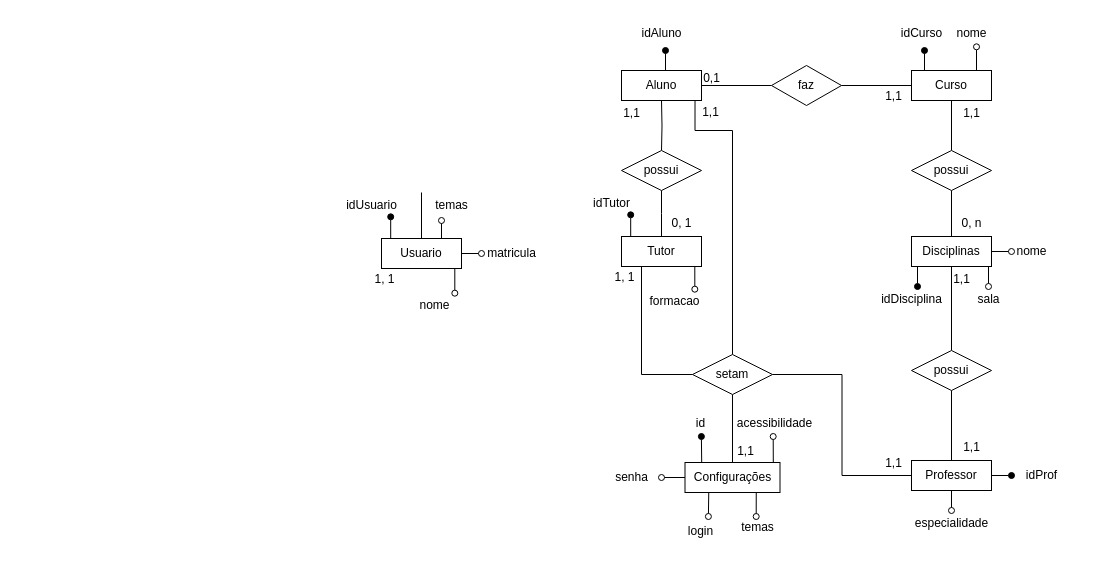
Before: BD_IFCoders.drawio in arianamesquita/IFCoders, a draw.io diagram. Source tidied: cells renumbered, new cells numbered last; positions are measured from the earlier drawing's top-left corner, leaving out a move shared by most shapes. Both pictures are drawn from the tidied source at 100%, with x=0, y=0 at pixel (331, 20).
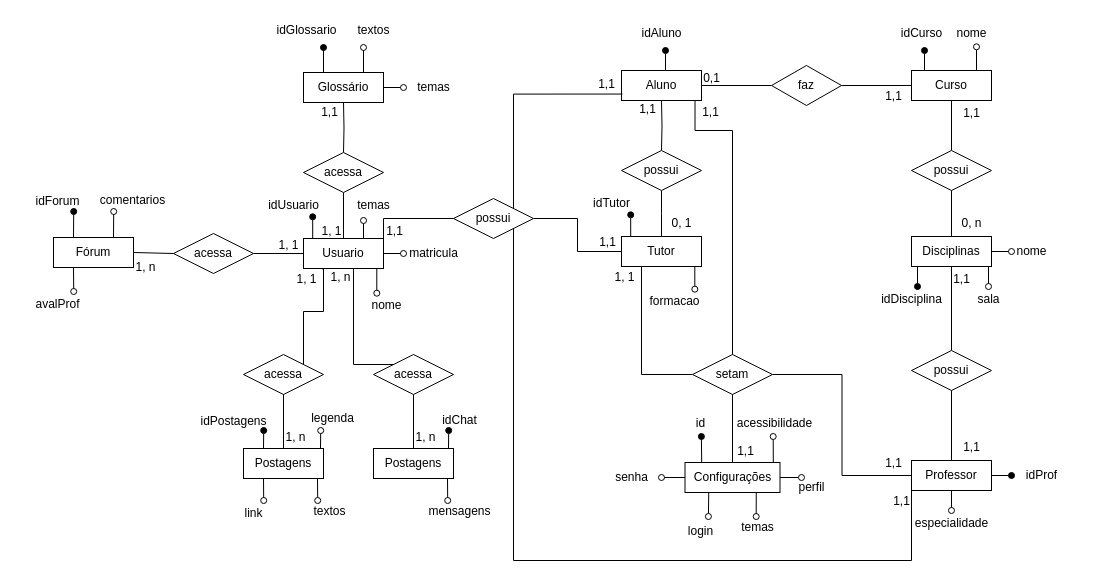
The same page after the edit.

The change refers to these unchanged cells:
```xml
<mxCell id="21" value="Professor" style="html=1;whiteSpace=wrap;" parent="1" vertex="1">
  <mxGeometry x="580" y="440" width="80" height="30" as="geometry" />
</mxCell>
<mxCell id="37" value="Tutor" style="html=1;whiteSpace=wrap;" parent="1" vertex="1">
  <mxGeometry x="290" y="216" width="80" height="30" as="geometry" />
</mxCell>
<mxCell id="52" value="Configurações" style="html=1;whiteSpace=wrap;" parent="1" vertex="1">
  <mxGeometry x="353.5" y="442" width="95" height="30" as="geometry" />
</mxCell>
```

Change to the diagram source:
```diff
@@
+    <mxCell id="78" style="edgeStyle=orthogonalEdgeStyle;rounded=0;jettySize=auto;html=1;exitX=0;exitY=1;exitDx=0;exitDy=0;entryX=1;entryY=1;entryDx=0;entryDy=0;endArrow=none;endFill=0;" parent="1" edge="1" source="21" target="130">
+      <mxGeometry relative="1" as="geometry">
+        <Array as="points">
+          <mxPoint x="580" y="540" />
+          <mxPoint x="182" y="540" />
+        </Array>
+      </mxGeometry>
+    </mxCell>
@@
     <mxCell id="43" value="1,1" style="text;align=center;fontStyle=0;verticalAlign=middle;spacingLeft=3;spacingRight=3;strokeColor=none;points=[[0,0.5],[1,0.5]];portConstraint=eastwest;html=1;" parent="1" vertex="1">
-      <mxGeometry x="260" y="80" width="80" height="26" as="geometry" />
+      <mxGeometry x="276" y="76" width="80" height="26" as="geometry" />
     </mxCell>
@@
+    <mxCell id="79" style="edgeStyle=orthogonalEdgeStyle;rounded=0;jettySize=auto;html=1;exitX=1;exitY=0.5;exitDx=0;exitDy=0;endArrow=oval;endFill=0;" parent="1" edge="1" source="52">
+      <mxGeometry relative="1" as="geometry">
+        <mxPoint x="470" y="457" as="targetPoint" />
+      </mxGeometry>
+    </mxCell>
@@
-    <mxCell id="67" style="edgeStyle=orthogonalEdgeStyle;rounded=0;jettySize=auto;html=1;exitX=0.75;exitY=1;exitDx=0;exitDy=0;entryX=0.754;entryY=0.026;entryDx=0;entryDy=0;entryPerimeter=0;endArrow=oval;endFill=0;" parent="1" edge="1" source="71" target="73">
-      <mxGeometry relative="1" as="geometry" />
+    <mxCell id="67" style="edgeStyle=orthogonalEdgeStyle;rounded=0;jettySize=auto;html=1;exitX=0.75;exitY=1;exitDx=0;exitDy=0;entryX=0.754;entryY=0.026;entryDx=0;entryDy=0;entryPerimeter=0;endArrow=oval;endFill=0;" parent="1" edge="1" source="71">
+      <mxGeometry relative="1" as="geometry">
+        <mxPoint x="45.3" y="272.7" as="targetPoint" />
+      </mxGeometry>
     </mxCell>
@@
     <mxCell id="69" style="edgeStyle=orthogonalEdgeStyle;rounded=0;jettySize=auto;html=1;endArrow=oval;endFill=0;" parent="1" edge="1" source="71">
       <mxGeometry relative="1" as="geometry">
-        <mxPoint x="150" y="233" as="targetPoint" />
+        <mxPoint x="72" y="233" as="targetPoint" />
       </mxGeometry>
     </mxCell>
     <mxCell id="70" style="edgeStyle=orthogonalEdgeStyle;rounded=0;jettySize=auto;html=1;exitX=0.75;exitY=0;exitDx=0;exitDy=0;endArrow=oval;endFill=0;" parent="1" edge="1" source="71">
       <mxGeometry relative="1" as="geometry">
-        <mxPoint x="110" y="200" as="targetPoint" />
+        <mxPoint x="32" y="200" as="targetPoint" />
       </mxGeometry>
     </mxCell>
     <mxCell id="71" value="Usuario" style="html=1;whiteSpace=wrap;" parent="1" vertex="1">
-      <mxGeometry x="50" y="218" width="80" height="30" as="geometry" />
+      <mxGeometry x="-28" y="218" width="80" height="30" as="geometry" />
     </mxCell>
     <mxCell id="72" style="edgeStyle=orthogonalEdgeStyle;rounded=0;orthogonalLoop=1;jettySize=auto;html=1;exitX=0.5;exitY=1;exitDx=0;exitDy=0;entryX=0.5;entryY=0;entryDx=0;entryDy=0;endArrow=none;endFill=0;" parent="1" edge="1">
       <mxGeometry relative="1" as="geometry">
-        <mxPoint x="90" y="172" as="sourcePoint" />
-        <mxPoint x="90" y="218" as="targetPoint" />
+        <mxPoint x="12" y="172" as="sourcePoint" />
+        <mxPoint x="12" y="218" as="targetPoint" />
       </mxGeometry>
     </mxCell>
-    <mxCell id="73" value="nome" style="text;align=center;fontStyle=0;verticalAlign=middle;spacingLeft=3;spacingRight=3;strokeColor=none;points=[[0,0.5],[1,0.5]];portConstraint=eastwest;html=1;" parent="1" vertex="1">
-      <mxGeometry x="63" y="272" width="80" height="26" as="geometry" />
-    </mxCell>
     <mxCell id="74" value="idUsuario" style="text;align=center;fontStyle=0;verticalAlign=middle;spacingLeft=3;spacingRight=3;strokeColor=none;points=[[0,0.5],[1,0.5]];portConstraint=eastwest;html=1;" parent="1" vertex="1">
-      <mxGeometry y="172" width="80" height="26" as="geometry" />
+      <mxGeometry x="-78" y="172" width="80" height="26" as="geometry" />
     </mxCell>
     <mxCell id="75" value="1, 1" style="text;align=center;fontStyle=0;verticalAlign=middle;spacingLeft=3;spacingRight=3;strokeColor=none;points=[[0,0.5],[1,0.5]];portConstraint=eastwest;html=1;" parent="1" vertex="1">
-      <mxGeometry x="13" y="246" width="80" height="26" as="geometry" />
+      <mxGeometry x="-65" y="246" width="80" height="26" as="geometry" />
     </mxCell>
     <mxCell id="76" value="matricula" style="text;align=center;fontStyle=0;verticalAlign=middle;spacingLeft=3;spacingRight=3;strokeColor=none;html=1;" parent="1" vertex="1">
-      <mxGeometry x="140" y="220" width="80" height="26" as="geometry" />
+      <mxGeometry x="62" y="220" width="80" height="26" as="geometry" />
     </mxCell>
     <mxCell id="77" value="temas" style="text;align=center;fontStyle=0;verticalAlign=middle;spacingLeft=3;spacingRight=3;strokeColor=none;html=1;" parent="1" vertex="1">
-      <mxGeometry x="80" y="172" width="80" height="26" as="geometry" />
+      <mxGeometry x="2" y="172" width="80" height="26" as="geometry" />
     </mxCell>
+    <mxCell id="80" style="edgeStyle=orthogonalEdgeStyle;rounded=0;jettySize=auto;html=1;exitX=0.25;exitY=0;exitDx=0;exitDy=0;endArrow=oval;endFill=1;" parent="1" edge="1" source="83">
+      <mxGeometry relative="1" as="geometry">
+        <mxPoint x="-8" y="27" as="targetPoint" />
+      </mxGeometry>
+    </mxCell>
+    <mxCell id="81" style="edgeStyle=orthogonalEdgeStyle;rounded=0;jettySize=auto;html=1;exitX=0.75;exitY=0;exitDx=0;exitDy=0;endArrow=oval;endFill=0;" parent="1" edge="1" source="83">
+      <mxGeometry relative="1" as="geometry">
+        <mxPoint x="32" y="27" as="targetPoint" />
+      </mxGeometry>
+    </mxCell>
+    <mxCell id="82" style="edgeStyle=orthogonalEdgeStyle;rounded=0;jettySize=auto;html=1;exitX=1;exitY=0.5;exitDx=0;exitDy=0;endArrow=oval;endFill=0;" parent="1" edge="1" source="83">
+      <mxGeometry relative="1" as="geometry">
+        <mxPoint x="72" y="67.1" as="targetPoint" />
+      </mxGeometry>
+    </mxCell>
+    <mxCell id="83" value="Glossário" style="html=1;whiteSpace=wrap;" parent="1" vertex="1">
+      <mxGeometry x="-28" y="52" width="80" height="30" as="geometry" />
+    </mxCell>
+    <mxCell id="84" value="idGlossario" style="text;align=center;fontStyle=0;verticalAlign=middle;spacingLeft=3;spacingRight=3;strokeColor=none;html=1;" parent="1" vertex="1">
+      <mxGeometry x="-65" y="-3" width="80" height="26" as="geometry" />
+    </mxCell>
+    <mxCell id="85" value="textos" style="text;align=center;fontStyle=0;verticalAlign=middle;spacingLeft=3;spacingRight=3;strokeColor=none;html=1;" parent="1" vertex="1">
+      <mxGeometry x="2" y="-3" width="80" height="26" as="geometry" />
+    </mxCell>
+    <mxCell id="86" value="temas" style="text;align=center;fontStyle=0;verticalAlign=middle;spacingLeft=3;spacingRight=3;strokeColor=none;html=1;" parent="1" vertex="1">
+      <mxGeometry x="62" y="54" width="80" height="26" as="geometry" />
+    </mxCell>
+    <mxCell id="87" style="edgeStyle=orthogonalEdgeStyle;rounded=0;jettySize=auto;html=1;entryX=0.5;entryY=0;entryDx=0;entryDy=0;endArrow=none;endFill=0;" parent="1" edge="1" target="88">
+      <mxGeometry relative="1" as="geometry">
+        <mxPoint x="12" y="82" as="sourcePoint" />
+      </mxGeometry>
+    </mxCell>
+    <mxCell id="88" value="acessa" style="shape=rhombus;perimeter=rhombusPerimeter;whiteSpace=wrap;html=1;align=center;" parent="1" vertex="1">
+      <mxGeometry x="-28" y="132" width="80" height="40" as="geometry" />
+    </mxCell>
+    <mxCell id="89" value="1,1" style="text;align=center;fontStyle=0;verticalAlign=middle;spacingLeft=3;spacingRight=3;strokeColor=none;html=1;" parent="1" vertex="1">
+      <mxGeometry x="-42" y="79" width="80" height="26" as="geometry" />
+    </mxCell>
+    <mxCell id="90" value="1, 1" style="text;align=center;fontStyle=0;verticalAlign=middle;spacingLeft=3;spacingRight=3;strokeColor=none;html=1;" parent="1" vertex="1">
+      <mxGeometry x="-40" y="198" width="80" height="26" as="geometry" />
+    </mxCell>
+    <mxCell id="91" style="edgeStyle=orthogonalEdgeStyle;rounded=0;jettySize=auto;html=1;exitX=0.25;exitY=0;exitDx=0;exitDy=0;endArrow=oval;endFill=1;" parent="1" edge="1" source="94">
+      <mxGeometry relative="1" as="geometry">
+        <mxPoint x="-257.8" y="191" as="targetPoint" />
+      </mxGeometry>
+    </mxCell>
+    <mxCell id="92" style="edgeStyle=orthogonalEdgeStyle;rounded=0;jettySize=auto;html=1;exitX=0.75;exitY=0;exitDx=0;exitDy=0;endArrow=oval;endFill=0;" parent="1" edge="1" source="94">
+      <mxGeometry relative="1" as="geometry">
+        <mxPoint x="-217.8" y="191" as="targetPoint" />
+      </mxGeometry>
+    </mxCell>
+    <mxCell id="93" style="edgeStyle=orthogonalEdgeStyle;rounded=0;jettySize=auto;html=1;exitX=0.25;exitY=1;exitDx=0;exitDy=0;endArrow=oval;endFill=0;" parent="1" edge="1" source="94">
+      <mxGeometry relative="1" as="geometry">
+        <mxPoint x="-257.8" y="271" as="targetPoint" />
+      </mxGeometry>
+    </mxCell>
+    <mxCell id="94" value="Fórum" style="html=1;whiteSpace=wrap;" parent="1" vertex="1">
+      <mxGeometry x="-278" y="217" width="80" height="30" as="geometry" />
+    </mxCell>
+    <mxCell id="95" value="idForum" style="text;align=center;fontStyle=0;verticalAlign=middle;spacingLeft=3;spacingRight=3;strokeColor=none;html=1;" parent="1" vertex="1">
+      <mxGeometry x="-314" y="168" width="80" height="26" as="geometry" />
+    </mxCell>
+    <mxCell id="96" value="comentarios" style="text;align=center;fontStyle=0;verticalAlign=middle;spacingLeft=3;spacingRight=3;strokeColor=none;html=1;" parent="1" vertex="1">
+      <mxGeometry x="-239" y="167" width="80" height="26" as="geometry" />
+    </mxCell>
+    <mxCell id="97" value="avalProf" style="text;align=center;fontStyle=0;verticalAlign=middle;spacingLeft=3;spacingRight=3;strokeColor=none;html=1;" parent="1" vertex="1">
+      <mxGeometry x="-314" y="271" width="80" height="26" as="geometry" />
+    </mxCell>
+    <mxCell id="98" style="edgeStyle=orthogonalEdgeStyle;rounded=0;jettySize=auto;html=1;entryX=0;entryY=0.5;entryDx=0;entryDy=0;endArrow=none;endFill=0;" parent="1" edge="1" source="100" target="71">
+      <mxGeometry relative="1" as="geometry" />
+    </mxCell>
+    <mxCell id="99" style="edgeStyle=orthogonalEdgeStyle;rounded=0;jettySize=auto;html=1;exitX=0;exitY=0.5;exitDx=0;exitDy=0;entryX=1;entryY=0.5;entryDx=0;entryDy=0;endArrow=none;endFill=0;" parent="1" edge="1" target="94">
+      <mxGeometry relative="1" as="geometry">
+        <mxPoint x="-158" y="233" as="sourcePoint" />
+        <Array as="points">
+          <mxPoint x="-198" y="233" />
+        </Array>
+      </mxGeometry>
+    </mxCell>
+    <mxCell id="100" value="acessa" style="shape=rhombus;perimeter=rhombusPerimeter;whiteSpace=wrap;html=1;align=center;" parent="1" vertex="1">
+      <mxGeometry x="-158" y="213" width="80" height="40" as="geometry" />
+    </mxCell>
+    <mxCell id="101" style="edgeStyle=orthogonalEdgeStyle;rounded=0;jettySize=auto;html=1;exitX=1;exitY=0;exitDx=0;exitDy=0;entryX=0.698;entryY=0.094;entryDx=0;entryDy=0;endArrow=none;endFill=0;entryPerimeter=0;" parent="1" edge="1" source="102" target="75">
+      <mxGeometry relative="1" as="geometry">
+        <Array as="points">
+          <mxPoint x="-28" y="291" />
+          <mxPoint x="-8" y="291" />
+          <mxPoint x="-8" y="248" />
+        </Array>
+      </mxGeometry>
+    </mxCell>
+    <mxCell id="102" value="acessa" style="shape=rhombus;perimeter=rhombusPerimeter;whiteSpace=wrap;html=1;align=center;" parent="1" vertex="1">
+      <mxGeometry x="-88" y="334" width="80" height="40" as="geometry" />
+    </mxCell>
+    <mxCell id="103" style="edgeStyle=orthogonalEdgeStyle;rounded=0;jettySize=auto;html=1;exitX=0.25;exitY=0;exitDx=0;exitDy=0;endArrow=oval;endFill=1;" parent="1" edge="1" source="107">
+      <mxGeometry relative="1" as="geometry">
+        <mxPoint x="-67.8" y="410" as="targetPoint" />
+      </mxGeometry>
+    </mxCell>
+    <mxCell id="104" style="edgeStyle=orthogonalEdgeStyle;rounded=0;jettySize=auto;html=1;exitX=0.25;exitY=1;exitDx=0;exitDy=0;endArrow=oval;endFill=0;" parent="1" edge="1" source="107">
+      <mxGeometry relative="1" as="geometry">
+        <mxPoint x="-67.8" y="480" as="targetPoint" />
+      </mxGeometry>
+    </mxCell>
+    <mxCell id="105" style="edgeStyle=orthogonalEdgeStyle;rounded=0;orthogonalLoop=1;jettySize=auto;html=1;exitX=0.75;exitY=0;exitDx=0;exitDy=0;endArrow=oval;endFill=0;" parent="1" edge="1">
+      <mxGeometry relative="1" as="geometry">
+        <mxPoint x="-11" y="428" as="sourcePoint" />
+        <mxPoint x="-10.8" y="410" as="targetPoint" />
+      </mxGeometry>
+    </mxCell>
+    <mxCell id="106" style="edgeStyle=orthogonalEdgeStyle;rounded=0;jettySize=auto;html=1;exitX=0.5;exitY=0;exitDx=0;exitDy=0;entryX=0.5;entryY=1;entryDx=0;entryDy=0;endArrow=none;endFill=0;" parent="1" edge="1" source="107" target="102">
+      <mxGeometry relative="1" as="geometry" />
+    </mxCell>
+    <mxCell id="107" value="Postagens" style="html=1;whiteSpace=wrap;" parent="1" vertex="1">
+      <mxGeometry x="-88" y="428" width="80" height="30" as="geometry" />
+    </mxCell>
+    <mxCell id="108" value="idPostagens" style="text;align=center;fontStyle=0;verticalAlign=middle;spacingLeft=3;spacingRight=3;strokeColor=none;html=1;" parent="1" vertex="1">
+      <mxGeometry x="-138" y="388" width="80" height="26" as="geometry" />
+    </mxCell>
+    <mxCell id="109" value="link" style="text;align=center;fontStyle=0;verticalAlign=middle;spacingLeft=3;spacingRight=3;strokeColor=none;html=1;" parent="1" vertex="1">
+      <mxGeometry x="-118" y="480" width="80" height="26" as="geometry" />
+    </mxCell>
+    <mxCell id="110" style="edgeStyle=orthogonalEdgeStyle;rounded=0;orthogonalLoop=1;jettySize=auto;html=1;exitX=0.25;exitY=1;exitDx=0;exitDy=0;endArrow=oval;endFill=0;" parent="1" edge="1">
+      <mxGeometry relative="1" as="geometry">
+        <mxPoint x="-14" y="458" as="sourcePoint" />
+        <mxPoint x="-13.8" y="480" as="targetPoint" />
+      </mxGeometry>
+    </mxCell>
+    <mxCell id="111" value="textos" style="text;align=center;fontStyle=0;verticalAlign=middle;spacingLeft=3;spacingRight=3;strokeColor=none;html=1;" parent="1" vertex="1">
+      <mxGeometry x="-42" y="478" width="80" height="26" as="geometry" />
+    </mxCell>
+    <mxCell id="112" value="legenda" style="text;align=center;fontStyle=0;verticalAlign=middle;spacingLeft=3;spacingRight=3;strokeColor=none;html=1;" parent="1" vertex="1">
+      <mxGeometry x="-39" y="385" width="80" height="26" as="geometry" />
+    </mxCell>
+    <mxCell id="73" value="nome" style="text;align=center;fontStyle=0;verticalAlign=middle;spacingLeft=3;spacingRight=3;strokeColor=none;points=[[0,0.5],[1,0.5]];portConstraint=eastwest;html=1;" parent="1" vertex="1">
+      <mxGeometry x="15" y="272" width="80" height="26" as="geometry" />
+    </mxCell>
+    <mxCell id="113" value="1, n" style="text;align=center;fontStyle=0;verticalAlign=middle;spacingLeft=3;spacingRight=3;strokeColor=none;html=1;" parent="1" vertex="1">
+      <mxGeometry x="-226" y="234" width="80" height="26" as="geometry" />
+    </mxCell>
+    <mxCell id="114" value="1, 1" style="text;align=center;fontStyle=0;verticalAlign=middle;spacingLeft=3;spacingRight=3;strokeColor=none;html=1;" parent="1" vertex="1">
+      <mxGeometry x="-83" y="212" width="80" height="26" as="geometry" />
+    </mxCell>
+    <mxCell id="115" value="1, n" style="text;align=center;fontStyle=0;verticalAlign=middle;spacingLeft=3;spacingRight=3;strokeColor=none;html=1;" parent="1" vertex="1">
+      <mxGeometry x="-76" y="404" width="80" height="26" as="geometry" />
+    </mxCell>
+    <mxCell id="116" style="edgeStyle=orthogonalEdgeStyle;rounded=0;jettySize=auto;html=1;exitX=0;exitY=0;exitDx=0;exitDy=0;endArrow=none;endFill=0;entryX=0.663;entryY=0.231;entryDx=0;entryDy=0;entryPerimeter=0;" parent="1" edge="1" source="117">
+      <mxGeometry relative="1" as="geometry">
+        <mxPoint x="22" y="248" as="targetPoint" />
+        <Array as="points">
+          <mxPoint x="22" y="344" />
+        </Array>
+      </mxGeometry>
+    </mxCell>
+    <mxCell id="117" value="acessa" style="shape=rhombus;perimeter=rhombusPerimeter;whiteSpace=wrap;html=1;align=center;" parent="1" vertex="1">
+      <mxGeometry x="42" y="334" width="80" height="40" as="geometry" />
+    </mxCell>
+    <mxCell id="118" style="edgeStyle=orthogonalEdgeStyle;rounded=0;orthogonalLoop=1;jettySize=auto;html=1;exitX=0.25;exitY=0;exitDx=0;exitDy=0;endArrow=oval;endFill=1;" parent="1" edge="1">
+      <mxGeometry relative="1" as="geometry">
+        <mxPoint x="117" y="428" as="sourcePoint" />
+        <mxPoint x="117.2" y="410" as="targetPoint" />
+      </mxGeometry>
+    </mxCell>
+    <mxCell id="119" style="edgeStyle=orthogonalEdgeStyle;rounded=0;jettySize=auto;html=1;exitX=0.5;exitY=0;exitDx=0;exitDy=0;entryX=0.5;entryY=1;entryDx=0;entryDy=0;endArrow=none;endFill=0;" parent="1" edge="1" source="120" target="117">
+      <mxGeometry relative="1" as="geometry" />
+    </mxCell>
+    <mxCell id="120" value="Postagens" style="html=1;whiteSpace=wrap;" parent="1" vertex="1">
+      <mxGeometry x="42" y="428" width="80" height="30" as="geometry" />
+    </mxCell>
+    <mxCell id="121" value="idChat" style="text;align=center;fontStyle=0;verticalAlign=middle;spacingLeft=3;spacingRight=3;strokeColor=none;html=1;" parent="1" vertex="1">
+      <mxGeometry x="88" y="387" width="80" height="26" as="geometry" />
+    </mxCell>
+    <mxCell id="122" style="edgeStyle=orthogonalEdgeStyle;rounded=0;orthogonalLoop=1;jettySize=auto;html=1;exitX=0.25;exitY=1;exitDx=0;exitDy=0;endArrow=oval;endFill=0;" parent="1" edge="1">
+      <mxGeometry relative="1" as="geometry">
+        <mxPoint x="116" y="458" as="sourcePoint" />
+        <mxPoint x="116.2" y="480" as="targetPoint" />
+      </mxGeometry>
+    </mxCell>
+    <mxCell id="123" value="mensagens" style="text;align=center;fontStyle=0;verticalAlign=middle;spacingLeft=3;spacingRight=3;strokeColor=none;html=1;" parent="1" vertex="1">
+      <mxGeometry x="88" y="478" width="80" height="26" as="geometry" />
+    </mxCell>
+    <mxCell id="124" value="1, n" style="text;align=center;fontStyle=0;verticalAlign=middle;spacingLeft=3;spacingRight=3;strokeColor=none;html=1;" parent="1" vertex="1">
+      <mxGeometry x="54" y="404" width="80" height="26" as="geometry" />
+    </mxCell>
+    <mxCell id="125" value="1, n" style="text;align=center;fontStyle=0;verticalAlign=middle;spacingLeft=3;spacingRight=3;strokeColor=none;html=1;" parent="1" vertex="1">
+      <mxGeometry x="-31" y="244" width="80" height="26" as="geometry" />
+    </mxCell>
+    <mxCell id="126" value="1,1" style="text;align=center;fontStyle=0;verticalAlign=middle;spacingLeft=3;spacingRight=3;strokeColor=none;html=1;" parent="1" vertex="1">
+      <mxGeometry x="235" y="51" width="80" height="26" as="geometry" />
+    </mxCell>
+    <mxCell id="127" style="edgeStyle=orthogonalEdgeStyle;rounded=0;jettySize=auto;html=1;exitX=1;exitY=0;exitDx=0;exitDy=0;entryX=0.188;entryY=-0.094;entryDx=0;entryDy=0;entryPerimeter=0;endArrow=none;endFill=0;" parent="1" edge="1" source="130" target="43">
+      <mxGeometry relative="1" as="geometry" />
+    </mxCell>
+    <mxCell id="128" style="edgeStyle=orthogonalEdgeStyle;rounded=0;jettySize=auto;html=1;exitX=0;exitY=0.5;exitDx=0;exitDy=0;entryX=1;entryY=0;entryDx=0;entryDy=0;endArrow=none;endFill=0;" parent="1" edge="1" source="130" target="71">
+      <mxGeometry relative="1" as="geometry" />
+    </mxCell>
+    <mxCell id="129" style="edgeStyle=orthogonalEdgeStyle;rounded=0;jettySize=auto;html=1;exitX=1;exitY=0.5;exitDx=0;exitDy=0;entryX=0;entryY=0.5;entryDx=0;entryDy=0;endArrow=none;endFill=0;" parent="1" edge="1" source="130" target="37">
+      <mxGeometry relative="1" as="geometry" />
+    </mxCell>
+    <mxCell id="130" value="possui" style="shape=rhombus;perimeter=rhombusPerimeter;whiteSpace=wrap;html=1;align=center;" parent="1" vertex="1">
+      <mxGeometry x="122" y="178" width="80" height="40" as="geometry" />
+    </mxCell>
+    <mxCell id="131" value="1,1" style="text;align=center;fontStyle=0;verticalAlign=middle;spacingLeft=3;spacingRight=3;strokeColor=none;html=1;" parent="1" vertex="1">
+      <mxGeometry x="23" y="198" width="80" height="26" as="geometry" />
+    </mxCell>
+    <mxCell id="132" value="1,1" style="text;align=center;fontStyle=0;verticalAlign=middle;spacingLeft=3;spacingRight=3;strokeColor=none;html=1;" parent="1" vertex="1">
+      <mxGeometry x="236" y="209" width="80" height="26" as="geometry" />
+    </mxCell>
+    <mxCell id="133" value="1,1" style="text;align=center;fontStyle=0;verticalAlign=middle;spacingLeft=3;spacingRight=3;strokeColor=none;html=1;" parent="1" vertex="1">
+      <mxGeometry x="530" y="468" width="80" height="26" as="geometry" />
+    </mxCell>
+    <mxCell id="134" value="perfil" style="text;align=center;fontStyle=0;verticalAlign=middle;spacingLeft=3;spacingRight=3;strokeColor=none;html=1;" parent="1" vertex="1">
+      <mxGeometry x="440" y="454" width="80" height="26" as="geometry" />
+    </mxCell>
```
